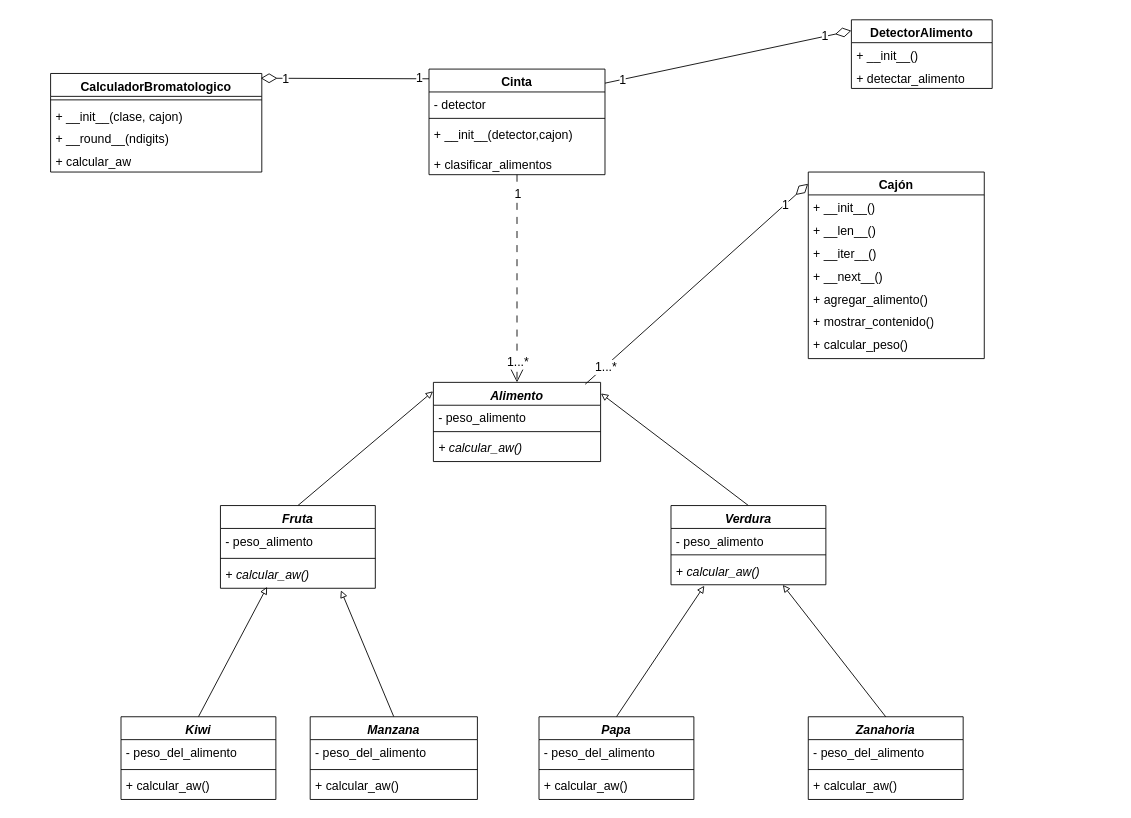
Before: TrabajoPractico_2/proyecto2/docs/diagrama_UML_p2.drawio in FelipeCarrozzo/prog_avanzada, a draw.io diagram. Source tidied: cells renumbered, new cells numbered last; positions are measured from the earlier drawing's top-left corner, leaving out a move shared by most shapes. Both pictures are drawn from the tidied source at 88%, with x=0, y=0 at pixel (50, 19).
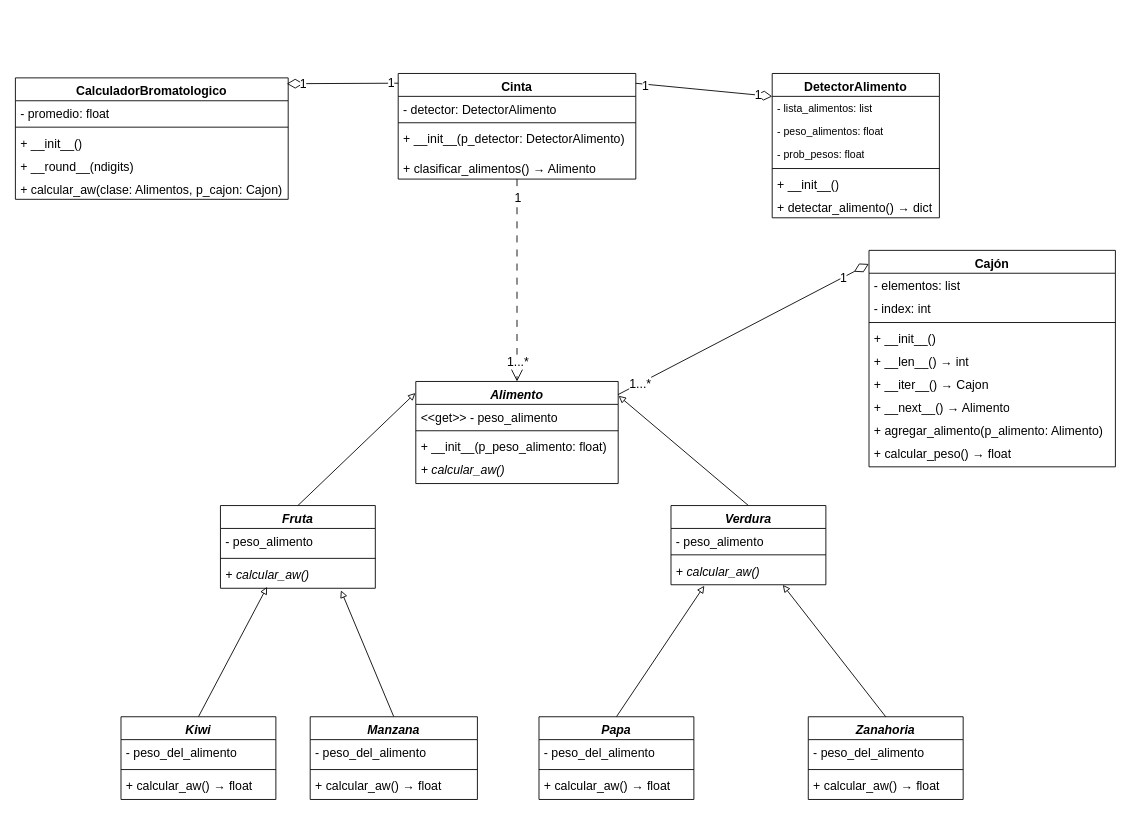
The same page after the edit.

Commit message:
modifico uml proyecto 2

Unchanged cells that the change refers to:
```xml
<mxCell id="19" value="&lt;i&gt;&lt;font style=&quot;color: rgb(0, 0, 0);&quot;&gt;Manzana&lt;/font&gt;&lt;/i&gt;" style="swimlane;fontStyle=1;align=center;verticalAlign=top;horizontal=1;startSize=26;whiteSpace=wrap;html=1;fontSize=14;" parent="1" vertex="1">
  <mxGeometry x="295" y="792" width="190" height="94" as="geometry" />
</mxCell>
<mxCell id="24" value="&lt;i&gt;&lt;font style=&quot;color: rgb(0, 0, 0);&quot;&gt;Papa&lt;/font&gt;&lt;/i&gt;" style="swimlane;fontStyle=1;align=center;verticalAlign=top;horizontal=1;startSize=26;whiteSpace=wrap;html=1;fontSize=14;" parent="1" vertex="1">
  <mxGeometry x="555" y="792" width="176" height="94" as="geometry" />
</mxCell>
<mxCell id="28" value="&lt;i style=&quot;background-color: light-dark(#ffffff, var(--ge-dark-color, #121212));&quot;&gt;&lt;font style=&quot;color: rgb(0, 0, 0);&quot;&gt;Zanahoria&lt;/font&gt;&lt;/i&gt;" style="swimlane;fontStyle=1;align=center;verticalAlign=top;horizontal=1;startSize=26;whiteSpace=wrap;html=1;fontSize=14;" parent="1" vertex="1">
  <mxGeometry x="861" y="792" width="176" height="94" as="geometry" />
</mxCell>
<mxCell id="33" value="&lt;i&gt;&lt;font style=&quot;color: rgb(0, 0, 0);&quot;&gt;Kiwi&lt;/font&gt;&lt;/i&gt;" style="swimlane;fontStyle=1;align=center;verticalAlign=top;horizontal=1;startSize=26;whiteSpace=wrap;html=1;fontSize=14;" parent="1" vertex="1">
  <mxGeometry x="80" y="792" width="176" height="94" as="geometry" />
</mxCell>
```

What changed in the source:
```diff
@@
     <mxCell id="5" value="Cinta" style="swimlane;fontStyle=1;align=center;verticalAlign=top;horizontal=1;startSize=26;whiteSpace=wrap;html=1;fontSize=14;" parent="1" vertex="1">
-      <mxGeometry x="430" y="56" width="200" height="120" as="geometry" />
+      <mxGeometry x="395" y="61" width="270" height="120" as="geometry" />
     </mxCell>
-    <mxCell id="6" value="- detector" style="text;strokeColor=none;fillColor=none;align=left;verticalAlign=top;spacingLeft=4;spacingRight=4;overflow=hidden;whiteSpace=wrap;html=1;fontSize=14;" parent="5" vertex="1">
-      <mxGeometry y="26" width="200" height="26" as="geometry" />
+    <mxCell id="6" value="- detector: DetectorAlimento" style="text;strokeColor=none;fillColor=none;align=left;verticalAlign=top;spacingLeft=4;spacingRight=4;overflow=hidden;whiteSpace=wrap;html=1;fontSize=14;" parent="5" vertex="1">
+      <mxGeometry y="26" width="270" height="26" as="geometry" />
     </mxCell>
     <mxCell id="7" style="line;strokeWidth=1;fillColor=none;align=left;verticalAlign=middle;spacingTop=-1;spacingLeft=3;spacingRight=3;labelPosition=right;strokeColor=inherit;fontSize=14;" parent="5" vertex="1">
-      <mxGeometry y="52" width="200" height="8" as="geometry" />
+      <mxGeometry y="52" width="270" height="8" as="geometry" />
     </mxCell>
-    <mxCell id="8" value="+ __init__(detector,cajon)" style="text;strokeColor=none;fillColor=none;align=left;verticalAlign=top;spacingLeft=4;spacingRight=4;overflow=hidden;whiteSpace=wrap;html=1;fontSize=14;" parent="5" vertex="1">
-      <mxGeometry y="60" width="200" height="34" as="geometry" />
+    <mxCell id="8" value="+ __init__(p_detector: DetectorAlimento)" style="text;strokeColor=none;fillColor=none;align=left;verticalAlign=top;spacingLeft=4;spacingRight=4;overflow=hidden;whiteSpace=wrap;html=1;fontSize=14;" parent="5" vertex="1">
+      <mxGeometry y="60" width="270" height="34" as="geometry" />
     </mxCell>
-    <mxCell id="9" value="+ clasificar_alimentos" style="text;strokeColor=none;fillColor=none;align=left;verticalAlign=top;spacingLeft=4;spacingRight=4;overflow=hidden;whiteSpace=wrap;html=1;fontSize=14;" parent="5" vertex="1">
-      <mxGeometry y="94" width="200" height="26" as="geometry" />
+    <mxCell id="9" value="+ clasificar_alimentos()&amp;nbsp;→ Alimento" style="text;strokeColor=none;fillColor=none;align=left;verticalAlign=top;spacingLeft=4;spacingRight=4;overflow=hidden;whiteSpace=wrap;html=1;fontSize=14;" parent="5" vertex="1">
+      <mxGeometry y="94" width="270" height="26" as="geometry" />
     </mxCell>
     <mxCell id="10" value="DetectorAlimento" style="swimlane;fontStyle=1;align=center;verticalAlign=top;horizontal=1;startSize=26;whiteSpace=wrap;html=1;fontSize=14;" parent="1" vertex="1">
-      <mxGeometry x="910" width="160" height="78" as="geometry" />
+      <mxGeometry x="820" y="61" width="190" height="164" as="geometry" />
     </mxCell>
+    <mxCell id="69" value="- lista_alimentos: list" style="text;strokeColor=none;fillColor=none;align=left;verticalAlign=top;spacingLeft=4;spacingRight=4;overflow=hidden;whiteSpace=wrap;html=1;" parent="10" vertex="1">
+      <mxGeometry y="26" width="190" height="26" as="geometry" />
+    </mxCell>
+    <mxCell id="70" value="- peso_alimentos: float" style="text;strokeColor=none;fillColor=none;align=left;verticalAlign=top;spacingLeft=4;spacingRight=4;overflow=hidden;whiteSpace=wrap;html=1;" parent="10" vertex="1">
+      <mxGeometry y="52" width="190" height="26" as="geometry" />
+    </mxCell>
+    <mxCell id="71" value="- prob_pesos: float" style="text;strokeColor=none;fillColor=none;align=left;verticalAlign=top;spacingLeft=4;spacingRight=4;overflow=hidden;whiteSpace=wrap;html=1;" parent="10" vertex="1">
+      <mxGeometry y="78" width="190" height="26" as="geometry" />
+    </mxCell>
+    <mxCell id="72" style="line;strokeWidth=1;fillColor=none;align=left;verticalAlign=middle;spacingTop=-1;spacingLeft=3;spacingRight=3;labelPosition=right;strokeColor=inherit;fontSize=14;" parent="10" vertex="1">
+      <mxGeometry y="104" width="190" height="8" as="geometry" />
+    </mxCell>
     <mxCell id="11" value="+ __init__()" style="text;strokeColor=none;fillColor=none;align=left;verticalAlign=top;spacingLeft=4;spacingRight=4;overflow=hidden;whiteSpace=wrap;html=1;fontSize=14;" parent="10" vertex="1">
-      <mxGeometry y="26" width="160" height="26" as="geometry" />
+      <mxGeometry y="112" width="190" height="26" as="geometry" />
     </mxCell>
-    <mxCell id="12" value="+ detectar_alimento" style="text;strokeColor=none;fillColor=none;align=left;verticalAlign=top;spacingLeft=4;spacingRight=4;overflow=hidden;whiteSpace=wrap;html=1;fontSize=14;" parent="10" vertex="1">
-      <mxGeometry y="52" width="160" height="26" as="geometry" />
+    <mxCell id="12" value="+ detectar_alimento() → dict" style="text;strokeColor=none;fillColor=none;align=left;verticalAlign=top;spacingLeft=4;spacingRight=4;overflow=hidden;whiteSpace=wrap;html=1;fontSize=14;" parent="10" vertex="1">
+      <mxGeometry y="138" width="190" height="26" as="geometry" />
     </mxCell>
     <mxCell id="13" value="CalculadorBromatologico" style="swimlane;fontStyle=1;align=center;verticalAlign=top;horizontal=1;startSize=26;whiteSpace=wrap;html=1;fontSize=14;" parent="1" vertex="1">
-      <mxGeometry y="61" width="240" height="112" as="geometry" />
+      <mxGeometry x="-40" y="66" width="310" height="138" as="geometry" />
     </mxCell>
+    <mxCell id="73" value="- promedio: float" style="text;strokeColor=none;fillColor=none;align=left;verticalAlign=top;spacingLeft=4;spacingRight=4;overflow=hidden;whiteSpace=wrap;html=1;fontSize=14;" parent="13" vertex="1">
+      <mxGeometry y="26" width="310" height="26" as="geometry" />
+    </mxCell>
     <mxCell id="14" style="line;strokeWidth=1;fillColor=none;align=left;verticalAlign=middle;spacingTop=-1;spacingLeft=3;spacingRight=3;labelPosition=right;strokeColor=inherit;fontSize=14;" parent="13" vertex="1">
-      <mxGeometry y="26" width="240" height="8" as="geometry" />
+      <mxGeometry y="52" width="310" height="8" as="geometry" />
     </mxCell>
-    <mxCell id="15" value="+ __init__(clase, cajon)" style="text;strokeColor=none;fillColor=none;align=left;verticalAlign=top;spacingLeft=4;spacingRight=4;overflow=hidden;whiteSpace=wrap;html=1;fontSize=14;" parent="13" vertex="1">
-      <mxGeometry y="34" width="240" height="26" as="geometry" />
+    <mxCell id="15" value="+ __init__()" style="text;strokeColor=none;fillColor=none;align=left;verticalAlign=top;spacingLeft=4;spacingRight=4;overflow=hidden;whiteSpace=wrap;html=1;fontSize=14;" parent="13" vertex="1">
+      <mxGeometry y="60" width="310" height="26" as="geometry" />
     </mxCell>
     <mxCell id="16" value="+ __round__(ndigits)" style="text;strokeColor=none;fillColor=none;align=left;verticalAlign=top;spacingLeft=4;spacingRight=4;overflow=hidden;whiteSpace=wrap;html=1;fontSize=14;" parent="13" vertex="1">
-      <mxGeometry y="60" width="240" height="26" as="geometry" />
+      <mxGeometry y="86" width="310" height="26" as="geometry" />
     </mxCell>
-    <mxCell id="17" value="+ calcular_aw" style="text;strokeColor=none;fillColor=none;align=left;verticalAlign=top;spacingLeft=4;spacingRight=4;overflow=hidden;whiteSpace=wrap;html=1;fontSize=14;" parent="13" vertex="1">
-      <mxGeometry y="86" width="240" height="26" as="geometry" />
+    <mxCell id="17" value="+ calcular_aw(clase: Alimentos, p_cajon: Cajon)" style="text;strokeColor=none;fillColor=none;align=left;verticalAlign=top;spacingLeft=4;spacingRight=4;overflow=hidden;whiteSpace=wrap;html=1;fontSize=14;" parent="13" vertex="1">
+      <mxGeometry y="112" width="310" height="26" as="geometry" />
     </mxCell>
@@
-    <mxCell id="22" value="&lt;font style=&quot;color: rgb(0, 0, 0);&quot;&gt;+ calcular_aw()&lt;/font&gt;" style="text;strokeColor=none;fillColor=none;align=left;verticalAlign=top;spacingLeft=4;spacingRight=4;overflow=hidden;whiteSpace=wrap;html=1;fontSize=14;" parent="19" vertex="1">
+    <mxCell id="22" value="&lt;font style=&quot;color: rgb(0, 0, 0);&quot;&gt;+ calcular_aw() → float&lt;/font&gt;" style="text;strokeColor=none;fillColor=none;align=left;verticalAlign=top;spacingLeft=4;spacingRight=4;overflow=hidden;whiteSpace=wrap;html=1;fontSize=14;" parent="19" vertex="1">
       <mxGeometry y="64" width="190" height="30" as="geometry" />
     </mxCell>
@@
-    <mxCell id="27" value="&lt;font style=&quot;color: rgb(0, 0, 0);&quot;&gt;+ calcular_aw()&lt;/font&gt;" style="text;strokeColor=none;fillColor=none;align=left;verticalAlign=top;spacingLeft=4;spacingRight=4;overflow=hidden;whiteSpace=wrap;html=1;fontSize=14;" parent="24" vertex="1">
+    <mxCell id="27" value="&lt;font style=&quot;color: rgb(0, 0, 0);&quot;&gt;+ calcular_aw()&amp;nbsp;→ float&lt;/font&gt;" style="text;strokeColor=none;fillColor=none;align=left;verticalAlign=top;spacingLeft=4;spacingRight=4;overflow=hidden;whiteSpace=wrap;html=1;fontSize=14;" parent="24" vertex="1">
       <mxGeometry y="64" width="176" height="30" as="geometry" />
     </mxCell>
@@
-    <mxCell id="31" value="&lt;font style=&quot;color: rgb(0, 0, 0);&quot;&gt;+ calcular_aw()&lt;/font&gt;" style="text;strokeColor=none;fillColor=none;align=left;verticalAlign=top;spacingLeft=4;spacingRight=4;overflow=hidden;whiteSpace=wrap;html=1;fontSize=14;" parent="28" vertex="1">
+    <mxCell id="31" value="&lt;font style=&quot;color: rgb(0, 0, 0);&quot;&gt;+ calcular_aw()&amp;nbsp;→ float&lt;/font&gt;" style="text;strokeColor=none;fillColor=none;align=left;verticalAlign=top;spacingLeft=4;spacingRight=4;overflow=hidden;whiteSpace=wrap;html=1;fontSize=14;" parent="28" vertex="1">
       <mxGeometry y="64" width="176" height="30" as="geometry" />
     </mxCell>
@@
-    <mxCell id="36" value="&lt;span style=&quot;font-style: normal;&quot;&gt;&lt;font style=&quot;color: rgb(0, 0, 0);&quot;&gt;+ calcular_aw()&lt;/font&gt;&lt;/span&gt;" style="text;strokeColor=none;fillColor=none;align=left;verticalAlign=top;spacingLeft=4;spacingRight=4;overflow=hidden;whiteSpace=wrap;html=1;fontStyle=2;fontSize=14;" parent="33" vertex="1">
+    <mxCell id="36" value="&lt;span style=&quot;font-style: normal;&quot;&gt;&lt;font style=&quot;color: rgb(0, 0, 0);&quot;&gt;+ calcular_aw()&lt;/font&gt;&lt;/span&gt;&lt;span style=&quot;color: rgb(0, 0, 0); font-style: normal;&quot;&gt;&amp;nbsp;→ float&lt;/span&gt;" style="text;strokeColor=none;fillColor=none;align=left;verticalAlign=top;spacingLeft=4;spacingRight=4;overflow=hidden;whiteSpace=wrap;html=1;fontStyle=2;fontSize=14;" parent="33" vertex="1">
       <mxGeometry y="64" width="176" height="30" as="geometry" />
     </mxCell>
     <mxCell id="37" value="&lt;i&gt;&lt;font style=&quot;color: rgb(0, 0, 0);&quot;&gt;Alimento&lt;/font&gt;&lt;/i&gt;" style="swimlane;fontStyle=1;align=center;verticalAlign=top;horizontal=1;startSize=26;whiteSpace=wrap;html=1;fontSize=14;" parent="1" vertex="1">
-      <mxGeometry x="435" y="412" width="190" height="90" as="geometry" />
+      <mxGeometry x="415" y="411" width="230" height="116" as="geometry" />
     </mxCell>
-    <mxCell id="38" value="- peso_alimento" style="text;strokeColor=none;fillColor=none;align=left;verticalAlign=top;spacingLeft=4;spacingRight=4;overflow=hidden;whiteSpace=wrap;html=1;fontSize=14;" parent="37" vertex="1">
-      <mxGeometry y="26" width="190" height="26" as="geometry" />
+    <mxCell id="38" value="&amp;lt;&amp;lt;get&amp;gt;&amp;gt; - peso_alimento" style="text;strokeColor=none;fillColor=none;align=left;verticalAlign=top;spacingLeft=4;spacingRight=4;overflow=hidden;whiteSpace=wrap;html=1;fontSize=14;" parent="37" vertex="1">
+      <mxGeometry y="26" width="230" height="26" as="geometry" />
     </mxCell>
     <mxCell id="39" style="line;strokeWidth=1;fillColor=none;align=left;verticalAlign=middle;spacingTop=-1;spacingLeft=3;spacingRight=3;labelPosition=right;strokeColor=inherit;fontSize=14;" parent="37" vertex="1">
-      <mxGeometry y="52" width="190" height="8" as="geometry" />
+      <mxGeometry y="52" width="230" height="8" as="geometry" />
     </mxCell>
+    <mxCell id="74" value="+ __init__(p_peso_alimento:&amp;nbsp;&lt;span style=&quot;color: rgb(0, 0, 0);&quot;&gt;float&lt;/span&gt;)" style="text;strokeColor=none;fillColor=none;align=left;verticalAlign=top;spacingLeft=4;spacingRight=4;overflow=hidden;whiteSpace=wrap;html=1;fontSize=14;" parent="37" vertex="1">
+      <mxGeometry y="60" width="230" height="26" as="geometry" />
+    </mxCell>
     <mxCell id="40" value="&lt;i&gt;&lt;font style=&quot;color: rgb(0, 0, 0);&quot;&gt;+ calcular_aw()&lt;/font&gt;&lt;/i&gt;" style="text;strokeColor=none;fillColor=none;align=left;verticalAlign=top;spacingLeft=4;spacingRight=4;overflow=hidden;whiteSpace=wrap;html=1;fontSize=14;" parent="37" vertex="1">
-      <mxGeometry y="60" width="190" height="30" as="geometry" />
+      <mxGeometry y="86" width="230" height="30" as="geometry" />
     </mxCell>
@@
     <mxCell id="51" value="Cajón" style="swimlane;fontStyle=1;align=center;verticalAlign=top;horizontal=1;startSize=26;whiteSpace=wrap;html=1;fontSize=14;" parent="1" vertex="1">
-      <mxGeometry x="861" y="173" width="200" height="212" as="geometry" />
+      <mxGeometry x="930" y="262" width="280" height="246" as="geometry" />
     </mxCell>
+    <mxCell id="75" value="- elementos: list" style="text;strokeColor=none;fillColor=none;align=left;verticalAlign=top;spacingLeft=4;spacingRight=4;overflow=hidden;whiteSpace=wrap;html=1;fontSize=14;" parent="51" vertex="1">
+      <mxGeometry y="26" width="280" height="26" as="geometry" />
+    </mxCell>
+    <mxCell id="76" value="- index: int" style="text;strokeColor=none;fillColor=none;align=left;verticalAlign=top;spacingLeft=4;spacingRight=4;overflow=hidden;whiteSpace=wrap;html=1;fontSize=14;" parent="51" vertex="1">
+      <mxGeometry y="52" width="280" height="26" as="geometry" />
+    </mxCell>
+    <mxCell id="77" style="line;strokeWidth=1;fillColor=none;align=left;verticalAlign=middle;spacingTop=-1;spacingLeft=3;spacingRight=3;labelPosition=right;strokeColor=inherit;fontSize=14;" parent="51" vertex="1">
+      <mxGeometry y="78" width="280" height="8" as="geometry" />
+    </mxCell>
     <mxCell id="52" value="+ __init__()" style="text;strokeColor=none;fillColor=none;align=left;verticalAlign=top;spacingLeft=4;spacingRight=4;overflow=hidden;whiteSpace=wrap;html=1;fontSize=14;" parent="51" vertex="1">
-      <mxGeometry y="26" width="200" height="26" as="geometry" />
+      <mxGeometry y="86" width="280" height="26" as="geometry" />
     </mxCell>
-    <mxCell id="53" value="+ __len__()" style="text;strokeColor=none;fillColor=none;align=left;verticalAlign=top;spacingLeft=4;spacingRight=4;overflow=hidden;whiteSpace=wrap;html=1;fontSize=14;" parent="51" vertex="1">
-      <mxGeometry y="52" width="200" height="26" as="geometry" />
+    <mxCell id="53" value="+ __len__()&amp;nbsp;→ int" style="text;strokeColor=none;fillColor=none;align=left;verticalAlign=top;spacingLeft=4;spacingRight=4;overflow=hidden;whiteSpace=wrap;html=1;fontSize=14;" parent="51" vertex="1">
+      <mxGeometry y="112" width="280" height="26" as="geometry" />
     </mxCell>
-    <mxCell id="54" value="+ __iter__()" style="text;strokeColor=none;fillColor=none;align=left;verticalAlign=top;spacingLeft=4;spacingRight=4;overflow=hidden;whiteSpace=wrap;html=1;fontSize=14;" parent="51" vertex="1">
-      <mxGeometry y="78" width="200" height="26" as="geometry" />
+    <mxCell id="54" value="+ __iter__()&amp;nbsp;→ Cajon" style="text;strokeColor=none;fillColor=none;align=left;verticalAlign=top;spacingLeft=4;spacingRight=4;overflow=hidden;whiteSpace=wrap;html=1;fontSize=14;" parent="51" vertex="1">
+      <mxGeometry y="138" width="280" height="26" as="geometry" />
     </mxCell>
-    <mxCell id="55" value="+ __next__()" style="text;strokeColor=none;fillColor=none;align=left;verticalAlign=top;spacingLeft=4;spacingRight=4;overflow=hidden;whiteSpace=wrap;html=1;fontSize=14;" parent="51" vertex="1">
-      <mxGeometry y="104" width="200" height="26" as="geometry" />
+    <mxCell id="55" value="+ __next__()&amp;nbsp;→ Alimento" style="text;strokeColor=none;fillColor=none;align=left;verticalAlign=top;spacingLeft=4;spacingRight=4;overflow=hidden;whiteSpace=wrap;html=1;fontSize=14;" parent="51" vertex="1">
+      <mxGeometry y="164" width="280" height="26" as="geometry" />
     </mxCell>
-    <mxCell id="56" value="+ agregar_alimento()" style="text;strokeColor=none;fillColor=none;align=left;verticalAlign=top;spacingLeft=4;spacingRight=4;overflow=hidden;whiteSpace=wrap;html=1;fontSize=14;" parent="51" vertex="1">
-      <mxGeometry y="130" width="200" height="26" as="geometry" />
+    <mxCell id="56" value="+ agregar_alimento(p_alimento: Alimento)" style="text;strokeColor=none;fillColor=none;align=left;verticalAlign=top;spacingLeft=4;spacingRight=4;overflow=hidden;whiteSpace=wrap;html=1;fontSize=14;" parent="51" vertex="1">
+      <mxGeometry y="190" width="280" height="26" as="geometry" />
     </mxCell>
-    <mxCell id="57" value="+ mostrar_contenido()" style="text;strokeColor=none;fillColor=none;align=left;verticalAlign=top;spacingLeft=4;spacingRight=4;overflow=hidden;whiteSpace=wrap;html=1;fontSize=14;" parent="51" vertex="1">
-      <mxGeometry y="156" width="200" height="26" as="geometry" />
-    </mxCell>
-    <mxCell id="58" value="+ calcular_peso()" style="text;strokeColor=none;fillColor=none;align=left;verticalAlign=top;spacingLeft=4;spacingRight=4;overflow=hidden;whiteSpace=wrap;html=1;fontSize=14;" parent="51" vertex="1">
-      <mxGeometry y="182" width="200" height="30" as="geometry" />
+    <mxCell id="58" value="+ calcular_peso()&amp;nbsp;→ float" style="text;strokeColor=none;fillColor=none;align=left;verticalAlign=top;spacingLeft=4;spacingRight=4;overflow=hidden;whiteSpace=wrap;html=1;fontSize=14;" parent="51" vertex="1">
+      <mxGeometry y="216" width="280" height="30" as="geometry" />
     </mxCell>
@@
-    <mxCell id="60" style="rounded=0;jettySize=auto;entryX=0;entryY=0.159;entryDx=0;entryDy=0;endArrow=diamondThin;endFill=0;startSize=6;endSize=16;entryPerimeter=0;html=1;labelPosition=center;verticalLabelPosition=middle;align=center;verticalAlign=middle;fontSize=14;" parent="1" edge="1" target="10">
-      <mxGeometry relative="1" as="geometry">
-        <mxPoint x="630" y="72" as="sourcePoint" />
-      </mxGeometry>
+    <mxCell id="60" style="rounded=0;jettySize=auto;entryX=0;entryY=0.159;entryDx=0;entryDy=0;endArrow=diamondThin;endFill=0;startSize=6;endSize=16;entryPerimeter=0;html=1;labelPosition=center;verticalLabelPosition=middle;align=center;verticalAlign=middle;fontSize=14;exitX=1;exitY=0.093;exitDx=0;exitDy=0;exitPerimeter=0;" parent="1" edge="1" source="5" target="10">
+      <mxGeometry relative="1" as="geometry" />
     </mxCell>
@@
-    <mxCell id="63" style="rounded=0;jettySize=auto;html=1;startArrow=none;startFill=0;endArrow=diamondThin;startSize=4;endFill=0;endSize=16;entryX=-0.001;entryY=0.063;entryDx=0;entryDy=0;entryPerimeter=0;fontSize=14;exitX=0.908;exitY=0.024;exitDx=0;exitDy=0;exitPerimeter=0;" parent="1" edge="1" source="37" target="51">
+    <mxCell id="63" style="rounded=0;jettySize=auto;html=1;startArrow=none;startFill=0;endArrow=diamondThin;startSize=4;endFill=0;endSize=16;entryX=-0.001;entryY=0.063;entryDx=0;entryDy=0;entryPerimeter=0;fontSize=14;exitX=0.999;exitY=0.129;exitDx=0;exitDy=0;exitPerimeter=0;" parent="1" edge="1" source="37" target="51">
       <mxGeometry relative="1" as="geometry" />
     </mxCell>
```
